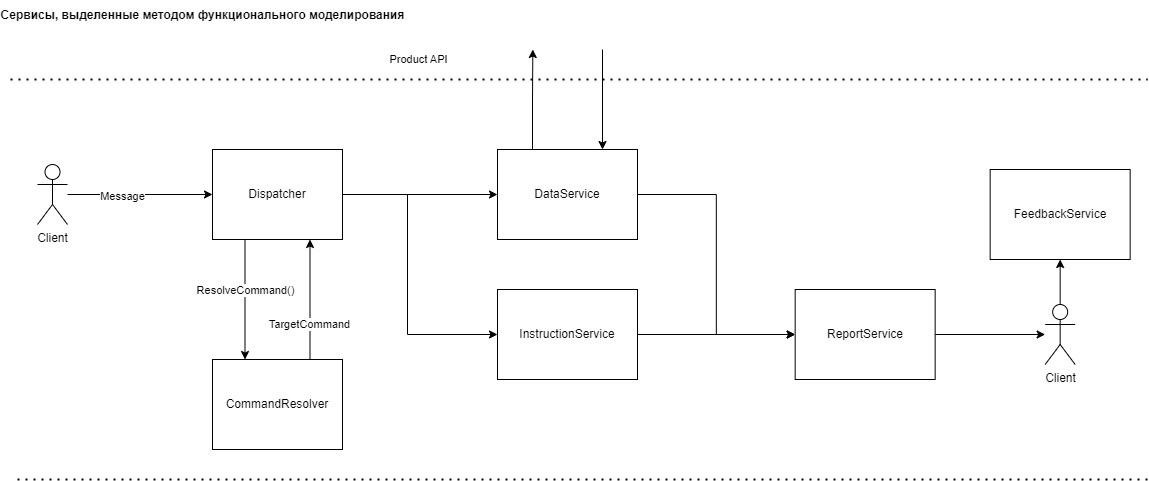
ckRowz/otus_learning keeps this draw.io diagram as docs/services.png. Above is the earlier version. Source tidied: cells renumbered, new cells last; positions are measured from the earlier drawing's top-left corner, leaving out a move shared by most shapes.
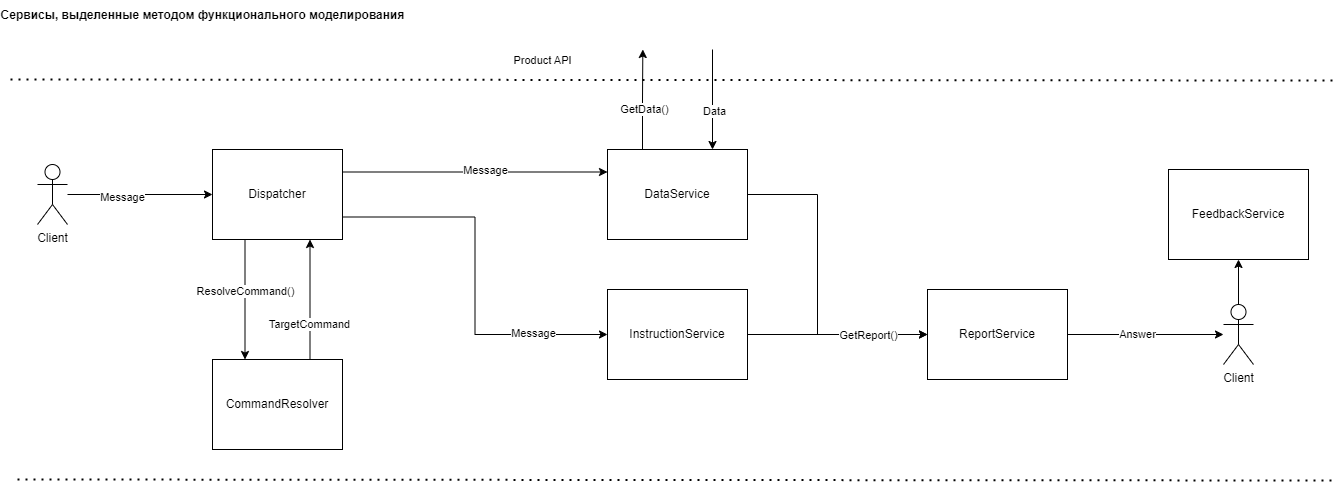
After the commit.

What changed in the source:
```diff
@@ -2,100 +2,122 @@
   <root>
     <mxCell id="0" />
     <mxCell id="1" parent="0" />
-    <mxCell id="2" style="edgeStyle=orthogonalEdgeStyle;rounded=0;jettySize=auto;html=1;entryX=0.25;entryY=0;entryDx=0;entryDy=0;exitX=0.25;exitY=1;exitDx=0;exitDy=0;" parent="1" edge="1" source="6" target="12">
+    <mxCell id="2" style="edgeStyle=orthogonalEdgeStyle;rounded=0;jettySize=auto;html=1;entryX=0.25;entryY=0;entryDx=0;entryDy=0;exitX=0.25;exitY=1;exitDx=0;exitDy=0;" parent="1" edge="1" source="8" target="14">
       <mxGeometry relative="1" as="geometry" />
     </mxCell>
     <mxCell id="3" value="ResolveCommand()" style="edgeLabel;html=1;align=center;verticalAlign=middle;" parent="2" vertex="1">
       <mxGeometry x="-0.15" relative="1" as="geometry" />
     </mxCell>
-    <mxCell id="4" style="edgeStyle=orthogonalEdgeStyle;rounded=0;jettySize=auto;html=1;exitX=1;exitY=0.5;exitDx=0;exitDy=0;entryX=0;entryY=0.5;entryDx=0;entryDy=0;" parent="1" edge="1" source="6" target="17">
+    <mxCell id="4" style="edgeStyle=orthogonalEdgeStyle;rounded=0;jettySize=auto;html=1;exitX=1;exitY=0.25;exitDx=0;exitDy=0;entryX=0;entryY=0.25;entryDx=0;entryDy=0;" parent="1" edge="1" source="8" target="21">
       <mxGeometry relative="1" as="geometry" />
     </mxCell>
-    <mxCell id="5" style="edgeStyle=orthogonalEdgeStyle;rounded=0;jettySize=auto;html=1;exitX=1;exitY=0.5;exitDx=0;exitDy=0;entryX=0;entryY=0.5;entryDx=0;entryDy=0;" parent="1" edge="1" source="6" target="14">
-      <mxGeometry relative="1" as="geometry">
-        <Array as="points">
-          <mxPoint x="400" y="194" />
-          <mxPoint x="400" y="334" />
-        </Array>
-      </mxGeometry>
+    <mxCell id="5" value="Message" style="edgeLabel;html=1;align=center;verticalAlign=middle;" parent="4" vertex="1">
+      <mxGeometry x="0.07" y="2" relative="1" as="geometry" />
     </mxCell>
-    <mxCell id="6" value="Dispatcher" style="rounded=0;whiteSpace=wrap;html=1;" parent="1" vertex="1">
-      <mxGeometry x="205" y="149" width="130" height="90" as="geometry" />
+    <mxCell id="6" style="edgeStyle=orthogonalEdgeStyle;rounded=0;jettySize=auto;html=1;exitX=1;exitY=0.75;exitDx=0;exitDy=0;entryX=0;entryY=0.5;entryDx=0;entryDy=0;" parent="1" edge="1" source="8" target="16">
+      <mxGeometry relative="1" as="geometry" />
     </mxCell>
-    <mxCell id="7" style="edgeStyle=orthogonalEdgeStyle;rounded=0;jettySize=auto;html=1;entryX=0;entryY=0.5;entryDx=0;entryDy=0;" parent="1" edge="1" source="9" target="6">
-      <mxGeometry relative="1" as="geometry" />
+    <mxCell id="7" value="Message" style="edgeLabel;html=1;align=center;verticalAlign=middle;" parent="6" vertex="1">
+      <mxGeometry x="0.61" y="2" relative="1" as="geometry" />
     </mxCell>
-    <mxCell id="8" value="Message" style="edgeLabel;html=1;align=center;verticalAlign=middle;points=[];" parent="7" vertex="1">
-      <mxGeometry x="-0.25" y="-2" relative="1" as="geometry" />
+    <mxCell id="8" value="Dispatcher" style="rounded=0;whiteSpace=wrap;html=1;" parent="1" vertex="1">
+      <mxGeometry x="205" y="149" width="130" height="90" as="geometry" />
     </mxCell>
-    <mxCell id="9" value="Client" style="shape=umlActor;verticalLabelPosition=bottom;verticalAlign=top;html=1;outlineConnect=0;" parent="1" vertex="1">
-      <mxGeometry x="30" y="164" width="30" height="60" as="geometry" />
+    <mxCell id="9" style="edgeStyle=orthogonalEdgeStyle;rounded=0;jettySize=auto;html=1;entryX=0;entryY=0.5;entryDx=0;entryDy=0;" parent="1" edge="1" source="11" target="8">
+      <mxGeometry relative="1" as="geometry" />
     </mxCell>
-    <mxCell id="10" style="edgeStyle=orthogonalEdgeStyle;rounded=0;jettySize=auto;html=1;exitX=0.75;exitY=0;exitDx=0;exitDy=0;entryX=0.75;entryY=1;entryDx=0;entryDy=0;" parent="1" edge="1" source="12" target="6">
-      <mxGeometry relative="1" as="geometry" />
+    <mxCell id="10" value="Message" style="edgeLabel;html=1;align=center;verticalAlign=middle;" parent="9" vertex="1">
+      <mxGeometry x="-0.25" y="-2" relative="1" as="geometry" />
     </mxCell>
-    <mxCell id="11" value="TargetCommand" style="edgeLabel;html=1;align=center;verticalAlign=middle;points=[];" parent="10" vertex="1">
-      <mxGeometry x="-0.41" y="1" relative="1" as="geometry" />
+    <mxCell id="11" value="Client" style="shape=umlActor;verticalLabelPosition=bottom;verticalAlign=top;html=1;outlineConnect=0;" parent="1" vertex="1">
+      <mxGeometry x="30" y="164" width="30" height="60" as="geometry" />
     </mxCell>
-    <mxCell id="12" value="CommandResolver" style="rounded=0;whiteSpace=wrap;html=1;" parent="1" vertex="1">
-      <mxGeometry x="205" y="359" width="130" height="90" as="geometry" />
+    <mxCell id="12" style="edgeStyle=orthogonalEdgeStyle;rounded=0;jettySize=auto;html=1;exitX=0.75;exitY=0;exitDx=0;exitDy=0;entryX=0.75;entryY=1;entryDx=0;entryDy=0;" parent="1" edge="1" source="14" target="8">
+      <mxGeometry relative="1" as="geometry" />
     </mxCell>
-    <mxCell id="13" style="edgeStyle=orthogonalEdgeStyle;rounded=0;jettySize=auto;html=1;entryX=0;entryY=0.5;entryDx=0;entryDy=0;" parent="1" edge="1" source="14" target="22">
-      <mxGeometry relative="1" as="geometry" />
+    <mxCell id="13" value="TargetCommand" style="edgeLabel;html=1;align=center;verticalAlign=middle;" parent="12" vertex="1">
+      <mxGeometry x="-0.41" y="1" relative="1" as="geometry" />
     </mxCell>
-    <mxCell id="14" value="InstructionService" style="rounded=0;whiteSpace=wrap;html=1;" parent="1" vertex="1">
-      <mxGeometry x="490" y="289" width="140" height="90" as="geometry" />
+    <mxCell id="14" value="CommandResolver" style="rounded=0;whiteSpace=wrap;html=1;" parent="1" vertex="1">
+      <mxGeometry x="205" y="359" width="130" height="90" as="geometry" />
     </mxCell>
-    <mxCell id="15" style="edgeStyle=orthogonalEdgeStyle;rounded=0;jettySize=auto;html=1;entryX=0;entryY=0.5;entryDx=0;entryDy=0;" parent="1" edge="1" source="17" target="22">
+    <mxCell id="15" style="edgeStyle=orthogonalEdgeStyle;rounded=0;jettySize=auto;html=1;entryX=0;entryY=0.5;entryDx=0;entryDy=0;" parent="1" edge="1" source="16" target="27">
       <mxGeometry relative="1" as="geometry" />
     </mxCell>
-    <mxCell id="16" style="edgeStyle=orthogonalEdgeStyle;rounded=0;jettySize=auto;html=1;exitX=0.25;exitY=0;exitDx=0;exitDy=0;" parent="1" edge="1" source="17">
-      <mxGeometry relative="1" as="geometry">
-        <mxPoint x="525.3" y="49" as="targetPoint" />
-      </mxGeometry>
+    <mxCell id="16" value="InstructionService" style="rounded=0;whiteSpace=wrap;html=1;" parent="1" vertex="1">
+      <mxGeometry x="600" y="289" width="140" height="90" as="geometry" />
     </mxCell>
-    <mxCell id="17" value="&lt;div&gt;&lt;span style=&quot;background-color: initial;&quot;&gt;DataService&lt;/span&gt;&lt;br&gt;&lt;/div&gt;" style="rounded=0;whiteSpace=wrap;html=1;" parent="1" vertex="1">
-      <mxGeometry x="490" y="149" width="140" height="90" as="geometry" />
+    <mxCell id="17" style="edgeStyle=orthogonalEdgeStyle;rounded=0;jettySize=auto;html=1;entryX=0;entryY=0.5;entryDx=0;entryDy=0;" parent="1" edge="1" source="21" target="27">
+      <mxGeometry relative="1" as="geometry">
+        <Array as="points">
+          <mxPoint x="810" y="194" />
+          <mxPoint x="810" y="334" />
+        </Array>
+      </mxGeometry>
     </mxCell>
-    <mxCell id="18" style="endArrow=none;dashed=1;html=1;dashPattern=1 3;strokeWidth=2;rounded=0;" parent="1" edge="1">
-      <mxGeometry relative="1" as="geometry">
-        <mxPoint x="3" y="79" as="sourcePoint" />
-        <mxPoint x="1140" y="79" as="targetPoint" />
+    <mxCell id="18" value="GetReport()" style="edgeLabel;html=1;align=center;verticalAlign=middle;" parent="17" vertex="1">
+      <mxGeometry x="0.61" y="1" relative="1" as="geometry">
+        <mxPoint x="2" y="1" as="offset" />
       </mxGeometry>
     </mxCell>
-    <mxCell id="19" value="Product API" style="edgeLabel;html=1;align=center;verticalAlign=middle;" parent="18" vertex="1">
-      <mxGeometry x="0.31" relative="1" as="geometry">
-        <mxPoint x="-336" y="-20" as="offset" />
+    <mxCell id="19" style="edgeStyle=orthogonalEdgeStyle;rounded=0;jettySize=auto;html=1;exitX=0.25;exitY=0;exitDx=0;exitDy=0;" parent="1" edge="1" source="21">
+      <mxGeometry relative="1" as="geometry">
+        <mxPoint x="635.3" y="49" as="targetPoint" />
       </mxGeometry>
     </mxCell>
-    <mxCell id="20" style="endArrow=none;dashed=1;html=1;dashPattern=1 3;strokeWidth=2;rounded=0;" parent="1" edge="1">
-      <mxGeometry relative="1" as="geometry">
-        <mxPoint x="10" y="479" as="sourcePoint" />
-        <mxPoint x="1140" y="479" as="targetPoint" />
-      </mxGeometry>
+    <mxCell id="20" value="GetData()" style="edgeLabel;html=1;align=center;verticalAlign=middle;" parent="19" vertex="1">
+      <mxGeometry x="-0.19" y="-1" relative="1" as="geometry" />
     </mxCell>
-    <mxCell id="21" style="edgeStyle=orthogonalEdgeStyle;rounded=0;jettySize=auto;html=1;" parent="1" edge="1" source="22" target="25">
-      <mxGeometry relative="1" as="geometry" />
+    <mxCell id="21" value="&lt;div&gt;&lt;span style=&quot;background-color: initial;&quot;&gt;DataService&lt;/span&gt;&lt;br&gt;&lt;/div&gt;" style="rounded=0;whiteSpace=wrap;html=1;" parent="1" vertex="1">
+      <mxGeometry x="600" y="149" width="140" height="90" as="geometry" />
     </mxCell>
-    <mxCell id="22" value="ReportService" style="rounded=0;whiteSpace=wrap;html=1;" parent="1" vertex="1">
-      <mxGeometry x="787.7" y="289" width="140" height="90" as="geometry" />
+    <mxCell id="22" style="endArrow=none;dashed=1;html=1;dashPattern=1 3;strokeWidth=2;rounded=0;" parent="1" edge="1">
+      <mxGeometry relative="1" as="geometry">
+        <mxPoint x="3" y="79" as="sourcePoint" />
+        <mxPoint x="1330" y="80" as="targetPoint" />
+      </mxGeometry>
     </mxCell>
-    <mxCell id="23" style="endArrow=classic;html=1;rounded=0;entryX=0.75;entryY=0;entryDx=0;entryDy=0;" parent="1" edge="1" target="17">
-      <mxGeometry relative="1" as="geometry">
-        <mxPoint x="595" y="49" as="sourcePoint" />
+    <mxCell id="23" value="Product API" style="edgeLabel;html=1;align=center;verticalAlign=middle;" parent="22" vertex="1">
+      <mxGeometry x="0.31" relative="1" as="geometry">
+        <mxPoint x="-336" y="-20" as="offset" />
       </mxGeometry>
     </mxCell>
-    <mxCell id="24" style="edgeStyle=orthogonalEdgeStyle;rounded=0;jettySize=auto;html=1;entryX=0.5;entryY=1;entryDx=0;entryDy=0;" parent="1" edge="1" source="25" target="26">
-      <mxGeometry relative="1" as="geometry" />
+    <mxCell id="24" style="endArrow=none;dashed=1;html=1;dashPattern=1 3;strokeWidth=2;rounded=0;" parent="1" edge="1">
+      <mxGeometry relative="1" as="geometry">
+        <mxPoint x="10" y="479" as="sourcePoint" />
+        <mxPoint x="1330" y="480" as="targetPoint" />
+      </mxGeometry>
     </mxCell>
-    <mxCell id="25" value="Client" style="shape=umlActor;verticalLabelPosition=bottom;verticalAlign=top;html=1;outlineConnect=0;" parent="1" vertex="1">
-      <mxGeometry x="1037.7" y="304" width="30" height="60" as="geometry" />
+    <mxCell id="25" style="edgeStyle=orthogonalEdgeStyle;rounded=0;jettySize=auto;html=1;" parent="1" edge="1" source="27" target="31">
+      <mxGeometry relative="1" as="geometry" />
     </mxCell>
-    <mxCell id="26" value="FeedbackService" style="rounded=0;whiteSpace=wrap;html=1;" parent="1" vertex="1">
-      <mxGeometry x="982.7" y="169" width="140" height="90" as="geometry" />
+    <mxCell id="26" value="Answer" style="edgeLabel;html=1;align=center;verticalAlign=middle;points=[];" parent="25" vertex="1">
+      <mxGeometry x="-0.12" y="1" relative="1" as="geometry" />
     </mxCell>
-    <mxCell id="27" value="Сервисы, выделенные методом функционального моделирования" style="text;html=1;align=center;verticalAlign=middle;points=[];strokeColor=none;fillColor=none;fontStyle=1;" parent="1" vertex="1">
-      <mxGeometry width="390" height="30" as="geometry" />
+    <mxCell id="27" value="ReportService" style="rounded=0;whiteSpace=wrap;html=1;" parent="1" vertex="1">
+      <mxGeometry x="920" y="289" width="140" height="90" as="geometry" />
     </mxCell>
+    <mxCell id="28" style="endArrow=classic;html=1;rounded=0;entryX=0.75;entryY=0;entryDx=0;entryDy=0;" parent="1" edge="1" target="21">
+      <mxGeometry relative="1" as="geometry">
+        <mxPoint x="705" y="49" as="sourcePoint" />
+      </mxGeometry>
+    </mxCell>
+    <mxCell id="29" value="Data" style="edgeLabel;html=1;align=center;verticalAlign=middle;" parent="28" vertex="1">
+      <mxGeometry x="0.23" y="1" relative="1" as="geometry">
+        <mxPoint y="-1" as="offset" />
+      </mxGeometry>
+    </mxCell>
+    <mxCell id="30" style="edgeStyle=orthogonalEdgeStyle;rounded=0;jettySize=auto;html=1;entryX=0.5;entryY=1;entryDx=0;entryDy=0;" parent="1" edge="1" source="31" target="32">
+      <mxGeometry relative="1" as="geometry" />
+    </mxCell>
+    <mxCell id="31" value="Client" style="shape=umlActor;verticalLabelPosition=bottom;verticalAlign=top;html=1;outlineConnect=0;" parent="1" vertex="1">
+      <mxGeometry x="1216" y="304" width="30" height="60" as="geometry" />
+    </mxCell>
+    <mxCell id="32" value="FeedbackService" style="rounded=0;whiteSpace=wrap;html=1;" parent="1" vertex="1">
+      <mxGeometry x="1161" y="169" width="140" height="90" as="geometry" />
+    </mxCell>
+    <mxCell id="33" value="Сервисы, выделенные методом функционального моделирования" style="text;html=1;align=center;verticalAlign=middle;strokeColor=none;fillColor=none;fontStyle=1;" parent="1" vertex="1">
+      <mxGeometry width="390" height="30" as="geometry" />
+    </mxCell>
   </root>
 </mxGraphModel>
```
